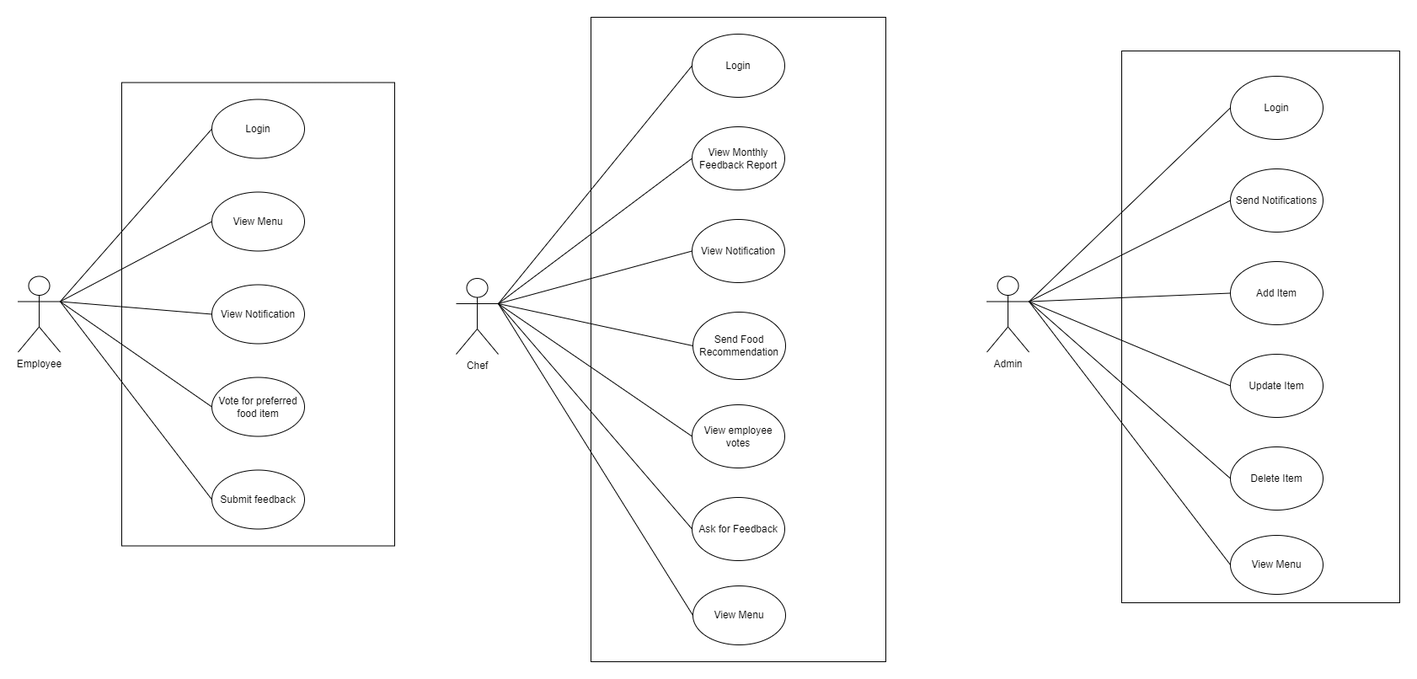
Above: UML_Diagrams/usecase_diagram.png in Rohit-verma01/Cafeteria-Recommendation-Engine (draw.io), before the change. Source tidied: cells renumbered, new cells last; positions are measured from the earlier drawing's top-left corner, leaving out a move shared by most shapes. The source it was exported from:
```xml
<mxGraphModel>
  <root>
    <mxCell id="0" />
    <mxCell id="1" parent="0" />
    <mxCell id="2" style="rounded=0;whiteSpace=wrap;html=1;" parent="1" vertex="1">
      <mxGeometry x="1310" y="40" width="330" height="655" as="geometry" />
    </mxCell>
    <mxCell id="3" style="rounded=0;whiteSpace=wrap;html=1;" parent="1" vertex="1">
      <mxGeometry x="123" y="77.5" width="324" height="550" as="geometry" />
    </mxCell>
    <mxCell id="4" value="Employee" style="shape=umlActor;verticalLabelPosition=bottom;verticalAlign=top;html=1;outlineConnect=0;" parent="1" vertex="1">
      <mxGeometry y="307.5" width="50" height="90" as="geometry" />
    </mxCell>
    <mxCell id="5" value="Login" style="ellipse;whiteSpace=wrap;html=1;" parent="1" vertex="1">
      <mxGeometry x="230" y="97.5" width="110" height="70" as="geometry" />
    </mxCell>
    <mxCell id="6" value="View Menu" style="ellipse;whiteSpace=wrap;html=1;" parent="1" vertex="1">
      <mxGeometry x="230" y="207.5" width="110" height="70" as="geometry" />
    </mxCell>
    <mxCell id="7" value="Submit feedback" style="ellipse;whiteSpace=wrap;html=1;" parent="1" vertex="1">
      <mxGeometry x="230" y="537.5" width="110" height="70" as="geometry" />
    </mxCell>
    <mxCell id="8" value="View Notification" style="ellipse;whiteSpace=wrap;html=1;" parent="1" vertex="1">
      <mxGeometry x="230" y="317.5" width="110" height="70" as="geometry" />
    </mxCell>
    <mxCell id="9" value="Vote for preferred food item" style="ellipse;whiteSpace=wrap;html=1;" parent="1" vertex="1">
      <mxGeometry x="230" y="427.5" width="110" height="70" as="geometry" />
    </mxCell>
    <mxCell id="10" style="endArrow=none;html=1;rounded=0;entryX=0;entryY=0.5;entryDx=0;entryDy=0;exitX=1;exitY=0.3333333333333333;exitDx=0;exitDy=0;exitPerimeter=0;" parent="1" edge="1" source="4" target="5">
      <mxGeometry relative="1" as="geometry" />
    </mxCell>
    <mxCell id="11" style="endArrow=none;html=1;rounded=0;entryX=0;entryY=0.5;entryDx=0;entryDy=0;exitX=1;exitY=0.3333333333333333;exitDx=0;exitDy=0;exitPerimeter=0;" parent="1" edge="1" source="4" target="6">
      <mxGeometry relative="1" as="geometry" />
    </mxCell>
    <mxCell id="12" style="endArrow=none;html=1;rounded=0;entryX=0;entryY=0.5;entryDx=0;entryDy=0;exitX=1;exitY=0.3333333333333333;exitDx=0;exitDy=0;exitPerimeter=0;" parent="1" edge="1" source="4" target="9">
      <mxGeometry relative="1" as="geometry" />
    </mxCell>
    <mxCell id="13" style="endArrow=none;html=1;rounded=0;entryX=0;entryY=0.5;entryDx=0;entryDy=0;exitX=1;exitY=0.3333333333333333;exitDx=0;exitDy=0;exitPerimeter=0;" parent="1" edge="1" source="4" target="7">
      <mxGeometry relative="1" as="geometry" />
    </mxCell>
    <mxCell id="14" style="endArrow=none;html=1;rounded=0;entryX=0;entryY=0.5;entryDx=0;entryDy=0;exitX=1;exitY=0.3333333333333333;exitDx=0;exitDy=0;exitPerimeter=0;" parent="1" edge="1" source="4" target="8">
      <mxGeometry relative="1" as="geometry" />
    </mxCell>
    <mxCell id="15" value="Login" style="ellipse;whiteSpace=wrap;html=1;" parent="1" vertex="1">
      <mxGeometry x="1439" y="70" width="110" height="75" as="geometry" />
    </mxCell>
    <mxCell id="16" value="&lt;font style=&quot;font-size: 12px;&quot;&gt;Update Item&lt;/font&gt;" style="ellipse;whiteSpace=wrap;html=1;labelPosition=center;verticalLabelPosition=middle;align=center;verticalAlign=middle;" parent="1" vertex="1">
      <mxGeometry x="1439" y="400" width="110" height="75" as="geometry" />
    </mxCell>
    <mxCell id="17" value="Send Notifications" style="ellipse;whiteSpace=wrap;html=1;" parent="1" vertex="1">
      <mxGeometry x="1439" y="180" width="110" height="75" as="geometry" />
    </mxCell>
    <mxCell id="18" value="Delete Item" style="ellipse;whiteSpace=wrap;html=1;" parent="1" vertex="1">
      <mxGeometry x="1439" y="510" width="110" height="75" as="geometry" />
    </mxCell>
    <mxCell id="19" value="Add Item" style="ellipse;whiteSpace=wrap;html=1;" parent="1" vertex="1">
      <mxGeometry x="1439" y="290" width="110" height="75" as="geometry" />
    </mxCell>
    <mxCell id="20" value="Admin" style="shape=umlActor;verticalLabelPosition=bottom;verticalAlign=top;html=1;outlineConnect=0;" parent="1" vertex="1">
      <mxGeometry x="1150" y="307.5" width="50" height="90" as="geometry" />
    </mxCell>
    <mxCell id="21" style="endArrow=none;html=1;rounded=0;entryX=0;entryY=0.5;entryDx=0;entryDy=0;exitX=1;exitY=0.3333333333333333;exitDx=0;exitDy=0;exitPerimeter=0;" parent="1" edge="1" source="20" target="15">
      <mxGeometry relative="1" as="geometry" />
    </mxCell>
    <mxCell id="22" style="endArrow=none;html=1;rounded=0;entryX=0;entryY=0.5;entryDx=0;entryDy=0;exitX=1;exitY=0.3333333333333333;exitDx=0;exitDy=0;exitPerimeter=0;" parent="1" edge="1" source="20" target="18">
      <mxGeometry relative="1" as="geometry" />
    </mxCell>
    <mxCell id="23" style="endArrow=none;html=1;rounded=0;entryX=0;entryY=0.5;entryDx=0;entryDy=0;exitX=1;exitY=0.3333333333333333;exitDx=0;exitDy=0;exitPerimeter=0;" parent="1" edge="1" source="20" target="17">
      <mxGeometry relative="1" as="geometry" />
    </mxCell>
    <mxCell id="24" style="endArrow=none;html=1;rounded=0;entryX=0;entryY=0.5;entryDx=0;entryDy=0;exitX=1;exitY=0.3333333333333333;exitDx=0;exitDy=0;exitPerimeter=0;" parent="1" edge="1" source="20" target="16">
      <mxGeometry relative="1" as="geometry" />
    </mxCell>
    <mxCell id="25" style="endArrow=none;html=1;rounded=0;entryX=0;entryY=0.5;entryDx=0;entryDy=0;exitX=1;exitY=0.3333333333333333;exitDx=0;exitDy=0;exitPerimeter=0;" parent="1" edge="1" source="20" target="19">
      <mxGeometry relative="1" as="geometry" />
    </mxCell>
    <mxCell id="26" style="rounded=0;whiteSpace=wrap;html=1;" parent="1" vertex="1">
      <mxGeometry x="680" width="350" height="765" as="geometry" />
    </mxCell>
    <mxCell id="27" value="Chef" style="shape=umlActor;verticalLabelPosition=bottom;verticalAlign=top;html=1;outlineConnect=0;" parent="1" vertex="1">
      <mxGeometry x="520" y="310" width="50" height="90" as="geometry" />
    </mxCell>
    <mxCell id="28" value="Login" style="ellipse;whiteSpace=wrap;html=1;" parent="1" vertex="1">
      <mxGeometry x="800" y="20" width="110" height="75" as="geometry" />
    </mxCell>
    <mxCell id="29" value="&lt;font style=&quot;font-size: 12px;&quot;&gt;Send Food Recommendation&lt;/font&gt;" style="ellipse;whiteSpace=wrap;html=1;labelPosition=center;verticalLabelPosition=middle;align=center;verticalAlign=middle;" parent="1" vertex="1">
      <mxGeometry x="801" y="350" width="110" height="80" as="geometry" />
    </mxCell>
    <mxCell id="30" value="View Monthly Feedback Report" style="ellipse;whiteSpace=wrap;html=1;" parent="1" vertex="1">
      <mxGeometry x="800" y="130" width="110" height="75" as="geometry" />
    </mxCell>
    <mxCell id="31" value="View employee votes" style="ellipse;whiteSpace=wrap;html=1;" parent="1" vertex="1">
      <mxGeometry x="800" y="460" width="110" height="75" as="geometry" />
    </mxCell>
    <mxCell id="32" value="View Notification" style="ellipse;whiteSpace=wrap;html=1;" parent="1" vertex="1">
      <mxGeometry x="800" y="240" width="110" height="75" as="geometry" />
    </mxCell>
    <mxCell id="33" style="endArrow=none;html=1;rounded=0;entryX=0;entryY=0.5;entryDx=0;entryDy=0;exitX=1;exitY=0.3333333333333333;exitDx=0;exitDy=0;exitPerimeter=0;" parent="1" edge="1" source="27" target="31">
      <mxGeometry relative="1" as="geometry" />
    </mxCell>
    <mxCell id="34" style="endArrow=none;html=1;rounded=0;entryX=0;entryY=0.5;entryDx=0;entryDy=0;exitX=1;exitY=0.3333333333333333;exitDx=0;exitDy=0;exitPerimeter=0;" parent="1" edge="1" source="27" target="29">
      <mxGeometry relative="1" as="geometry" />
    </mxCell>
    <mxCell id="35" style="endArrow=none;html=1;rounded=0;entryX=0;entryY=0.5;entryDx=0;entryDy=0;exitX=1;exitY=0.3333333333333333;exitDx=0;exitDy=0;exitPerimeter=0;" parent="1" edge="1" source="27" target="30">
      <mxGeometry relative="1" as="geometry" />
    </mxCell>
    <mxCell id="36" style="endArrow=none;html=1;rounded=0;entryX=0;entryY=0.5;entryDx=0;entryDy=0;exitX=1;exitY=0.3333333333333333;exitDx=0;exitDy=0;exitPerimeter=0;" parent="1" edge="1" source="27" target="32">
      <mxGeometry relative="1" as="geometry" />
    </mxCell>
    <mxCell id="37" style="endArrow=none;html=1;rounded=0;entryX=0;entryY=0.5;entryDx=0;entryDy=0;exitX=1;exitY=0.3333333333333333;exitDx=0;exitDy=0;exitPerimeter=0;" parent="1" edge="1" source="27" target="28">
      <mxGeometry relative="1" as="geometry" />
    </mxCell>
    <mxCell id="38" value="Ask for Feedback" style="ellipse;whiteSpace=wrap;html=1;" parent="1" vertex="1">
      <mxGeometry x="800" y="570" width="110" height="75" as="geometry" />
    </mxCell>
    <mxCell id="39" style="endArrow=none;html=1;rounded=0;entryX=0;entryY=0.5;entryDx=0;entryDy=0;exitX=1;exitY=0.3333333333333333;exitDx=0;exitDy=0;exitPerimeter=0;" parent="1" edge="1" source="27" target="38">
      <mxGeometry relative="1" as="geometry" />
    </mxCell>
    <mxCell id="40" value="View Menu" style="ellipse;whiteSpace=wrap;html=1;" parent="1" vertex="1">
      <mxGeometry x="801" y="675" width="110" height="70" as="geometry" />
    </mxCell>
    <mxCell id="41" style="endArrow=none;html=1;rounded=0;entryX=0;entryY=0.5;entryDx=0;entryDy=0;exitX=1;exitY=0.3333333333333333;exitDx=0;exitDy=0;exitPerimeter=0;" parent="1" edge="1" source="27" target="40">
      <mxGeometry relative="1" as="geometry" />
    </mxCell>
    <mxCell id="42" value="View Menu" style="ellipse;whiteSpace=wrap;html=1;" parent="1" vertex="1">
      <mxGeometry x="1439" y="615" width="110" height="70" as="geometry" />
    </mxCell>
    <mxCell id="43" style="endArrow=none;html=1;rounded=0;entryX=0;entryY=0.5;entryDx=0;entryDy=0;exitX=1;exitY=0.3333333333333333;exitDx=0;exitDy=0;exitPerimeter=0;" parent="1" edge="1" source="20" target="42">
      <mxGeometry relative="1" as="geometry" />
    </mxCell>
  </root>
</mxGraphModel>
```
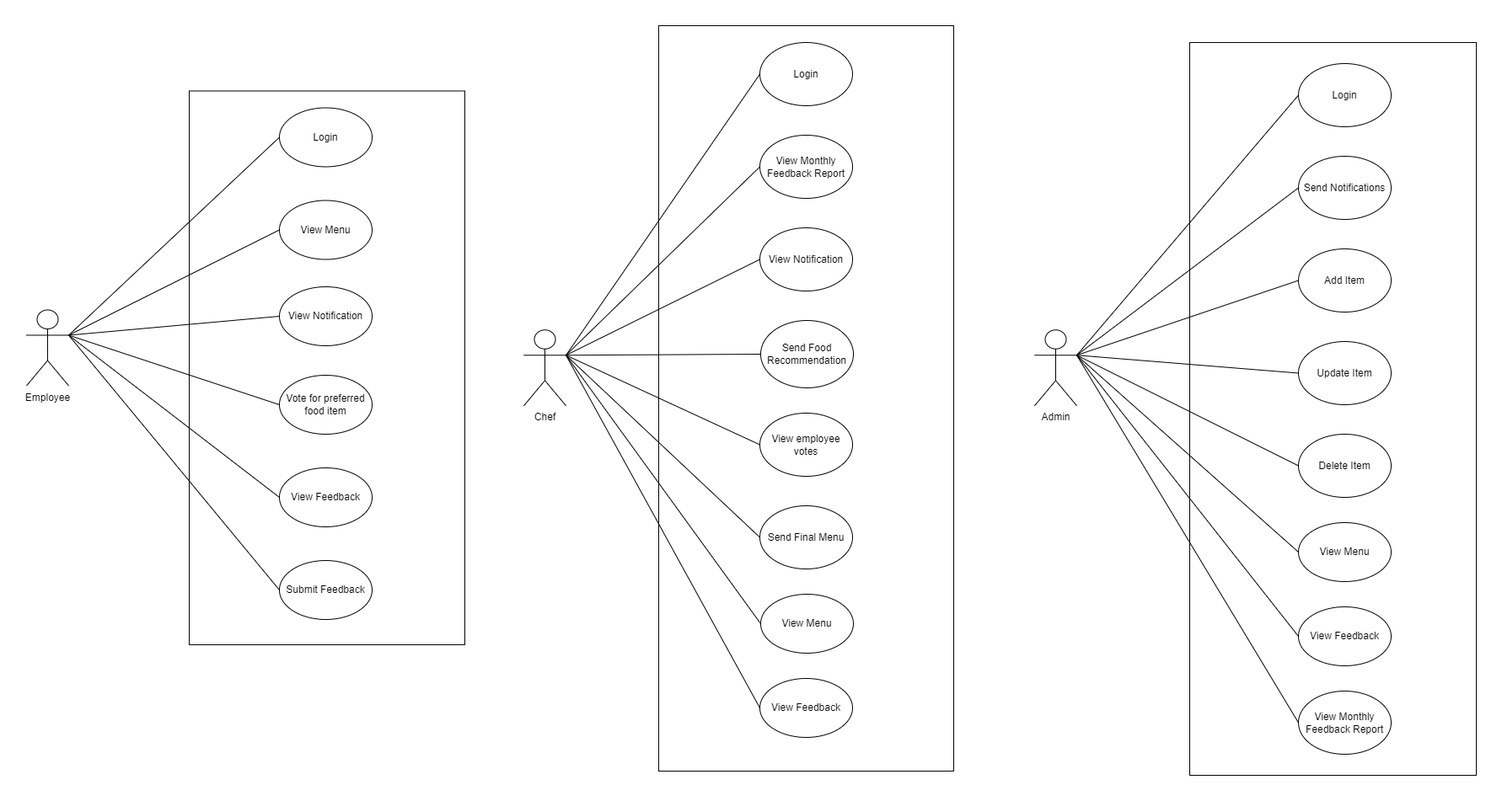
After the commit.

Change to the diagram source:
```diff
@@ -3,13 +3,13 @@
     <mxCell id="0" />
     <mxCell id="1" parent="0" />
     <mxCell id="2" style="rounded=0;whiteSpace=wrap;html=1;" parent="1" vertex="1">
-      <mxGeometry x="1310" y="40" width="330" height="655" as="geometry" />
+      <mxGeometry x="1310" y="20" width="340" height="870" as="geometry" />
     </mxCell>
     <mxCell id="3" style="rounded=0;whiteSpace=wrap;html=1;" parent="1" vertex="1">
-      <mxGeometry x="123" y="77.5" width="324" height="550" as="geometry" />
+      <mxGeometry x="123" y="77.5" width="327" height="657.5" as="geometry" />
     </mxCell>
     <mxCell id="4" value="Employee" style="shape=umlActor;verticalLabelPosition=bottom;verticalAlign=top;html=1;outlineConnect=0;" parent="1" vertex="1">
-      <mxGeometry y="307.5" width="50" height="90" as="geometry" />
+      <mxGeometry x="-70" y="337.5" width="50" height="90" as="geometry" />
     </mxCell>
     <mxCell id="5" value="Login" style="ellipse;whiteSpace=wrap;html=1;" parent="1" vertex="1">
       <mxGeometry x="230" y="97.5" width="110" height="70" as="geometry" />
@@ -17,14 +17,14 @@
     <mxCell id="6" value="View Menu" style="ellipse;whiteSpace=wrap;html=1;" parent="1" vertex="1">
       <mxGeometry x="230" y="207.5" width="110" height="70" as="geometry" />
     </mxCell>
-    <mxCell id="7" value="Submit feedback" style="ellipse;whiteSpace=wrap;html=1;" parent="1" vertex="1">
-      <mxGeometry x="230" y="537.5" width="110" height="70" as="geometry" />
+    <mxCell id="7" value="Submit Feedback" style="ellipse;whiteSpace=wrap;html=1;" parent="1" vertex="1">
+      <mxGeometry x="230" y="635" width="110" height="70" as="geometry" />
     </mxCell>
     <mxCell id="8" value="View Notification" style="ellipse;whiteSpace=wrap;html=1;" parent="1" vertex="1">
-      <mxGeometry x="230" y="317.5" width="110" height="70" as="geometry" />
+      <mxGeometry x="230" y="310" width="110" height="70" as="geometry" />
     </mxCell>
     <mxCell id="9" value="Vote for preferred food item" style="ellipse;whiteSpace=wrap;html=1;" parent="1" vertex="1">
-      <mxGeometry x="230" y="427.5" width="110" height="70" as="geometry" />
+      <mxGeometry x="230" y="415" width="110" height="70" as="geometry" />
     </mxCell>
     <mxCell id="10" style="endArrow=none;html=1;rounded=0;entryX=0;entryY=0.5;entryDx=0;entryDy=0;exitX=1;exitY=0.3333333333333333;exitDx=0;exitDy=0;exitPerimeter=0;" parent="1" edge="1" source="4" target="5">
       <mxGeometry relative="1" as="geometry" />
@@ -42,22 +42,22 @@
       <mxGeometry relative="1" as="geometry" />
     </mxCell>
     <mxCell id="15" value="Login" style="ellipse;whiteSpace=wrap;html=1;" parent="1" vertex="1">
-      <mxGeometry x="1439" y="70" width="110" height="75" as="geometry" />
+      <mxGeometry x="1439" y="45" width="110" height="75" as="geometry" />
     </mxCell>
     <mxCell id="16" value="&lt;font style=&quot;font-size: 12px;&quot;&gt;Update Item&lt;/font&gt;" style="ellipse;whiteSpace=wrap;html=1;labelPosition=center;verticalLabelPosition=middle;align=center;verticalAlign=middle;" parent="1" vertex="1">
-      <mxGeometry x="1439" y="400" width="110" height="75" as="geometry" />
+      <mxGeometry x="1439" y="375" width="110" height="75" as="geometry" />
     </mxCell>
     <mxCell id="17" value="Send Notifications" style="ellipse;whiteSpace=wrap;html=1;" parent="1" vertex="1">
-      <mxGeometry x="1439" y="180" width="110" height="75" as="geometry" />
+      <mxGeometry x="1439" y="155" width="110" height="75" as="geometry" />
     </mxCell>
     <mxCell id="18" value="Delete Item" style="ellipse;whiteSpace=wrap;html=1;" parent="1" vertex="1">
-      <mxGeometry x="1439" y="510" width="110" height="75" as="geometry" />
+      <mxGeometry x="1439" y="485" width="110" height="75" as="geometry" />
     </mxCell>
     <mxCell id="19" value="Add Item" style="ellipse;whiteSpace=wrap;html=1;" parent="1" vertex="1">
-      <mxGeometry x="1439" y="290" width="110" height="75" as="geometry" />
+      <mxGeometry x="1439" y="265" width="110" height="75" as="geometry" />
     </mxCell>
     <mxCell id="20" value="Admin" style="shape=umlActor;verticalLabelPosition=bottom;verticalAlign=top;html=1;outlineConnect=0;" parent="1" vertex="1">
-      <mxGeometry x="1150" y="307.5" width="50" height="90" as="geometry" />
+      <mxGeometry x="1126" y="361.2" width="50" height="90" as="geometry" />
     </mxCell>
     <mxCell id="21" style="endArrow=none;html=1;rounded=0;entryX=0;entryY=0.5;entryDx=0;entryDy=0;exitX=1;exitY=0.3333333333333333;exitDx=0;exitDy=0;exitPerimeter=0;" parent="1" edge="1" source="20" target="15">
       <mxGeometry relative="1" as="geometry" />
@@ -75,10 +75,10 @@
       <mxGeometry relative="1" as="geometry" />
     </mxCell>
     <mxCell id="26" style="rounded=0;whiteSpace=wrap;html=1;" parent="1" vertex="1">
-      <mxGeometry x="680" width="350" height="765" as="geometry" />
+      <mxGeometry x="680" width="350" height="885" as="geometry" />
     </mxCell>
     <mxCell id="27" value="Chef" style="shape=umlActor;verticalLabelPosition=bottom;verticalAlign=top;html=1;outlineConnect=0;" parent="1" vertex="1">
-      <mxGeometry x="520" y="310" width="50" height="90" as="geometry" />
+      <mxGeometry x="520" y="361.2" width="50" height="90" as="geometry" />
     </mxCell>
     <mxCell id="28" value="Login" style="ellipse;whiteSpace=wrap;html=1;" parent="1" vertex="1">
       <mxGeometry x="800" y="20" width="110" height="75" as="geometry" />
@@ -110,7 +110,7 @@
     <mxCell id="37" style="endArrow=none;html=1;rounded=0;entryX=0;entryY=0.5;entryDx=0;entryDy=0;exitX=1;exitY=0.3333333333333333;exitDx=0;exitDy=0;exitPerimeter=0;" parent="1" edge="1" source="27" target="28">
       <mxGeometry relative="1" as="geometry" />
     </mxCell>
-    <mxCell id="38" value="Ask for Feedback" style="ellipse;whiteSpace=wrap;html=1;" parent="1" vertex="1">
+    <mxCell id="38" value="Send Final Menu" style="ellipse;whiteSpace=wrap;html=1;" parent="1" vertex="1">
       <mxGeometry x="800" y="570" width="110" height="75" as="geometry" />
     </mxCell>
     <mxCell id="39" style="endArrow=none;html=1;rounded=0;entryX=0;entryY=0.5;entryDx=0;entryDy=0;exitX=1;exitY=0.3333333333333333;exitDx=0;exitDy=0;exitPerimeter=0;" parent="1" edge="1" source="27" target="38">
@@ -123,10 +123,34 @@
       <mxGeometry relative="1" as="geometry" />
     </mxCell>
     <mxCell id="42" value="View Menu" style="ellipse;whiteSpace=wrap;html=1;" parent="1" vertex="1">
-      <mxGeometry x="1439" y="615" width="110" height="70" as="geometry" />
+      <mxGeometry x="1439" y="590" width="110" height="70" as="geometry" />
     </mxCell>
     <mxCell id="43" style="endArrow=none;html=1;rounded=0;entryX=0;entryY=0.5;entryDx=0;entryDy=0;exitX=1;exitY=0.3333333333333333;exitDx=0;exitDy=0;exitPerimeter=0;" parent="1" edge="1" source="20" target="42">
       <mxGeometry relative="1" as="geometry" />
     </mxCell>
+    <mxCell id="44" value="View Feedback" style="ellipse;whiteSpace=wrap;html=1;" parent="1" vertex="1">
+      <mxGeometry x="230" y="525" width="110" height="70" as="geometry" />
+    </mxCell>
+    <mxCell id="45" style="endArrow=none;html=1;rounded=0;entryX=0;entryY=0.5;entryDx=0;entryDy=0;exitX=1;exitY=0.3333333333333333;exitDx=0;exitDy=0;exitPerimeter=0;" parent="1" edge="1" source="4" target="44">
+      <mxGeometry relative="1" as="geometry" />
+    </mxCell>
+    <mxCell id="46" value="View Feedback" style="ellipse;whiteSpace=wrap;html=1;" parent="1" vertex="1">
+      <mxGeometry x="800" y="775" width="110" height="70" as="geometry" />
+    </mxCell>
+    <mxCell id="47" style="endArrow=none;html=1;rounded=0;entryX=0;entryY=0.5;entryDx=0;entryDy=0;exitX=1;exitY=0.3333333333333333;exitDx=0;exitDy=0;exitPerimeter=0;" parent="1" edge="1" source="27" target="46">
+      <mxGeometry relative="1" as="geometry" />
+    </mxCell>
+    <mxCell id="48" value="View Feedback" style="ellipse;whiteSpace=wrap;html=1;" parent="1" vertex="1">
+      <mxGeometry x="1439" y="690" width="110" height="70" as="geometry" />
+    </mxCell>
+    <mxCell id="49" style="endArrow=none;html=1;rounded=0;entryX=0;entryY=0.5;entryDx=0;entryDy=0;exitX=1;exitY=0.3333333333333333;exitDx=0;exitDy=0;exitPerimeter=0;" parent="1" edge="1" source="20" target="48">
+      <mxGeometry relative="1" as="geometry" />
+    </mxCell>
+    <mxCell id="50" value="View Monthly Feedback Report" style="ellipse;whiteSpace=wrap;html=1;" parent="1" vertex="1">
+      <mxGeometry x="1439" y="790" width="110" height="75" as="geometry" />
+    </mxCell>
+    <mxCell id="51" style="endArrow=none;html=1;rounded=0;exitX=1;exitY=0.3333333333333333;exitDx=0;exitDy=0;exitPerimeter=0;entryX=0;entryY=0.5;entryDx=0;entryDy=0;" parent="1" edge="1" source="20" target="50">
+      <mxGeometry relative="1" as="geometry" />
+    </mxCell>
   </root>
 </mxGraphModel>
```
